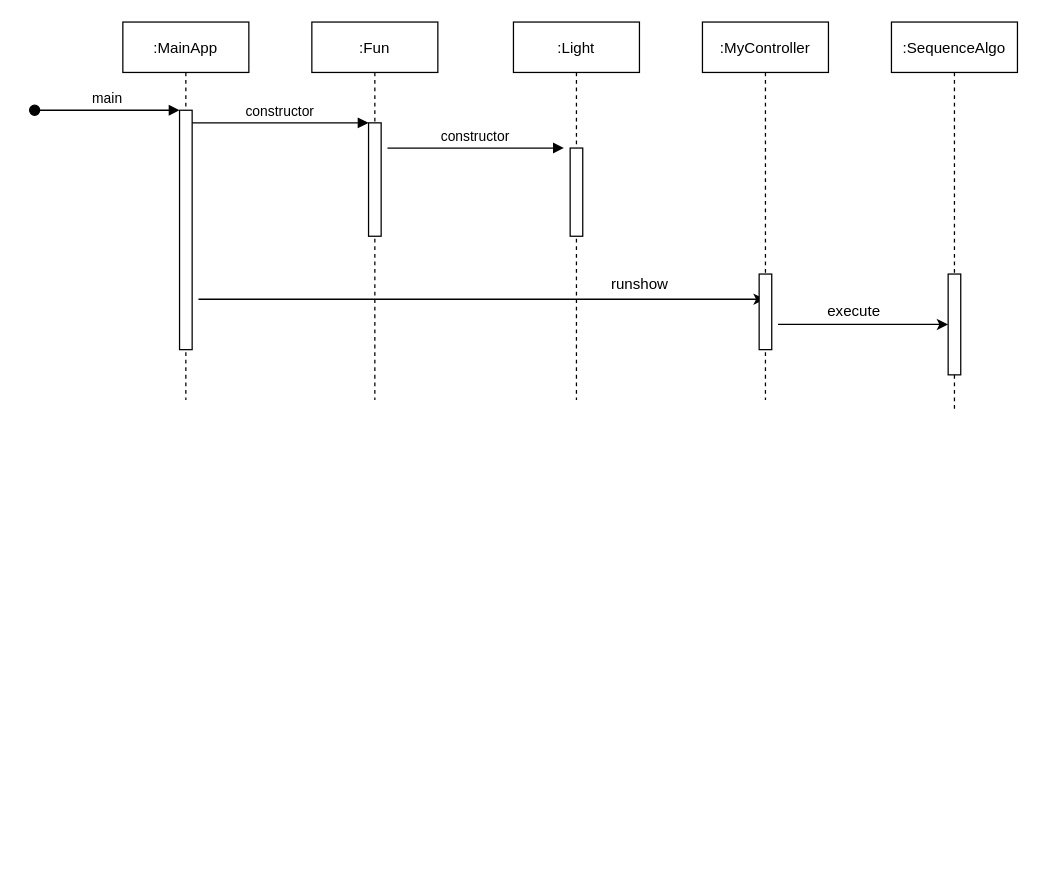
Above: src/Untitled Diagram.drawio in prakashid2/h2-supermarket (draw.io), before the change. Source tidied: cells renumbered, new cells numbered last; positions are measured from the earlier drawing's top-left corner, leaving out a move shared by most shapes. Both pictures are drawn from the tidied source at 126%, with x=0, y=0 at pixel (34, 21).
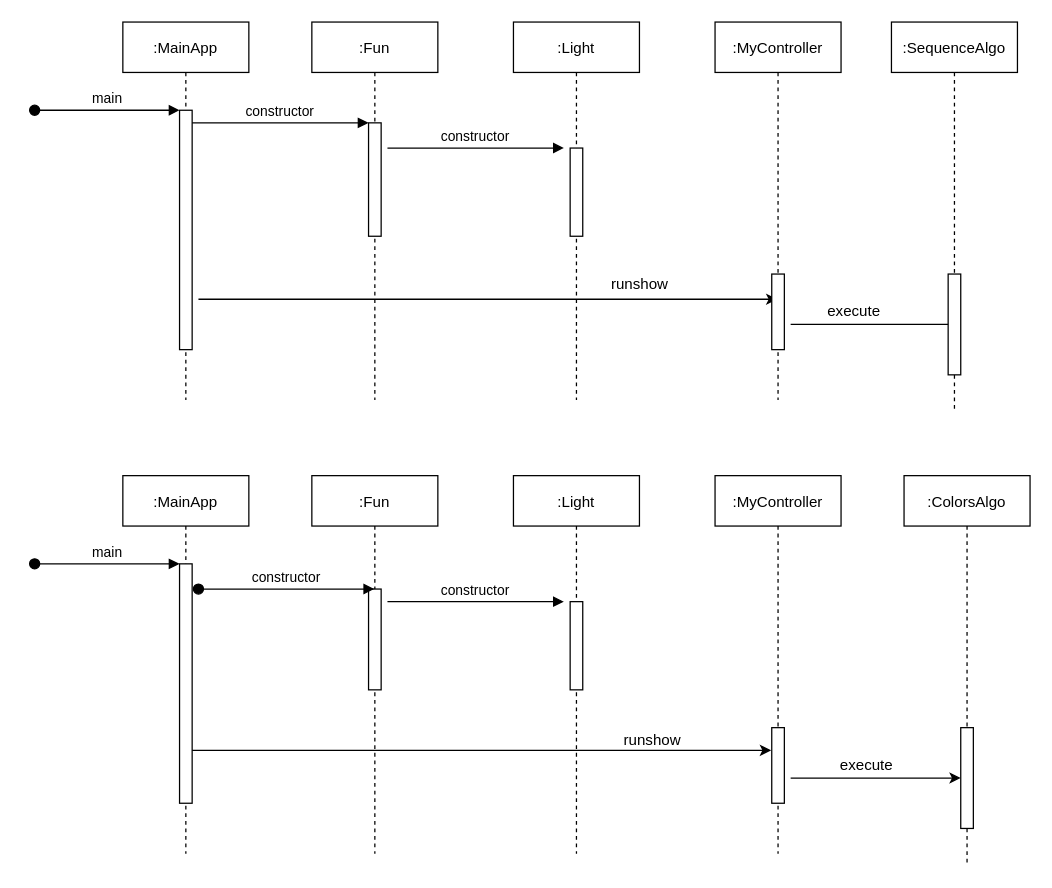
The same diagram, later.

The edit, as a diff of the source:
```diff
@@
     <mxCell id="12" value=":MyController" style="shape=umlLifeline;perimeter=lifelinePerimeter;rounded=0;shadow=0;strokeWidth=1;" parent="1" vertex="1">
-      <mxGeometry x="530" width="100" height="300" as="geometry" />
+      <mxGeometry x="540" width="100" height="300" as="geometry" />
     </mxCell>
@@
+    <mxCell id="19" value=":MainApp" style="shape=umlLifeline;perimeter=lifelinePerimeter;rounded=0;shadow=0;strokeWidth=1;" parent="1" vertex="1">
+      <mxGeometry x="70" y="360" width="100" height="300" as="geometry" />
+    </mxCell>
+    <mxCell id="20" style="points=[];perimeter=orthogonalPerimeter;rounded=0;shadow=0;strokeWidth=1;" parent="19" vertex="1">
+      <mxGeometry x="45" y="70" width="10" height="190" as="geometry" />
+    </mxCell>
+    <mxCell id="21" value="main" style="verticalAlign=bottom;startArrow=oval;endArrow=block;startSize=8;shadow=0;strokeWidth=1;" parent="19" edge="1" target="20">
+      <mxGeometry relative="1" as="geometry">
+        <mxPoint x="-70" y="70" as="sourcePoint" />
+      </mxGeometry>
+    </mxCell>
+    <mxCell id="22" value=":Fun" style="shape=umlLifeline;perimeter=lifelinePerimeter;rounded=0;shadow=0;strokeWidth=1;size=40;" parent="1" vertex="1">
+      <mxGeometry x="220" y="360" width="100" height="300" as="geometry" />
+    </mxCell>
+    <mxCell id="23" style="perimeter=orthogonalPerimeter;rounded=0;shadow=0;strokeWidth=1;" parent="22" vertex="1">
+      <mxGeometry x="45" y="90" width="10" height="80" as="geometry" />
+    </mxCell>
+    <mxCell id="24" value=":Light" style="shape=umlLifeline;perimeter=lifelinePerimeter;rounded=0;shadow=0;strokeWidth=1;" parent="1" vertex="1">
+      <mxGeometry x="380" y="360" width="100" height="300" as="geometry" />
+    </mxCell>
+    <mxCell id="25" style="perimeter=orthogonalPerimeter;rounded=0;shadow=0;strokeWidth=1;" parent="24" vertex="1">
+      <mxGeometry x="45" y="100" width="10" height="70" as="geometry" />
+    </mxCell>
+    <mxCell id="26" value=":MyController" style="shape=umlLifeline;perimeter=lifelinePerimeter;rounded=0;shadow=0;strokeWidth=1;" parent="1" vertex="1">
+      <mxGeometry x="540" y="360" width="100" height="300" as="geometry" />
+    </mxCell>
+    <mxCell id="27" style="perimeter=orthogonalPerimeter;rounded=0;shadow=0;strokeWidth=1;" parent="26" vertex="1">
+      <mxGeometry x="45" y="200" width="10" height="60" as="geometry" />
+    </mxCell>
+    <mxCell id="28" style="endArrow=classic;html=1;" parent="26" edge="1">
+      <mxGeometry relative="1" as="geometry">
+        <mxPoint x="60" y="240" as="sourcePoint" />
+        <mxPoint x="195" y="240" as="targetPoint" />
+      </mxGeometry>
+    </mxCell>
+    <mxCell id="29" value=":ColorsAlgo" style="shape=umlLifeline;perimeter=lifelinePerimeter;rounded=0;shadow=0;strokeWidth=1;" parent="1" vertex="1">
+      <mxGeometry x="690" y="360" width="100" height="310" as="geometry" />
+    </mxCell>
+    <mxCell id="30" style="perimeter=orthogonalPerimeter;rounded=0;shadow=0;strokeWidth=1;" parent="29" vertex="1">
+      <mxGeometry x="45" y="200" width="10" height="80" as="geometry" />
+    </mxCell>
+    <mxCell id="31" value="constructor" style="verticalAlign=bottom;startArrow=oval;endArrow=block;startSize=8;shadow=0;strokeWidth=1;" parent="1" edge="1" target="22">
+      <mxGeometry relative="1" as="geometry">
+        <mxPoint x="130" y="450" as="sourcePoint" />
+      </mxGeometry>
+    </mxCell>
+    <mxCell id="32" value="constructor" style="verticalAlign=bottom;endArrow=block;shadow=0;strokeWidth=1;" parent="1" edge="1">
+      <mxGeometry relative="1" as="geometry">
+        <mxPoint x="280" y="460" as="sourcePoint" />
+        <mxPoint x="420" y="460" as="targetPoint" />
+      </mxGeometry>
+    </mxCell>
+    <mxCell id="33" style="endArrow=classic;html=1;" parent="1" edge="1">
+      <mxGeometry relative="1" as="geometry">
+        <mxPoint x="125" y="578" as="sourcePoint" />
+        <mxPoint x="584.5" y="578" as="targetPoint" />
+      </mxGeometry>
+    </mxCell>
+    <mxCell id="34" value="runshow" style="text;html=1;align=center;verticalAlign=middle;" parent="1" vertex="1">
+      <mxGeometry x="460" y="560" width="60" height="20" as="geometry" />
+    </mxCell>
+    <mxCell id="35" value="execute" style="text;html=1;align=center;verticalAlign=middle;" parent="1" vertex="1">
+      <mxGeometry x="630" y="580" width="60" height="20" as="geometry" />
+    </mxCell>
```
